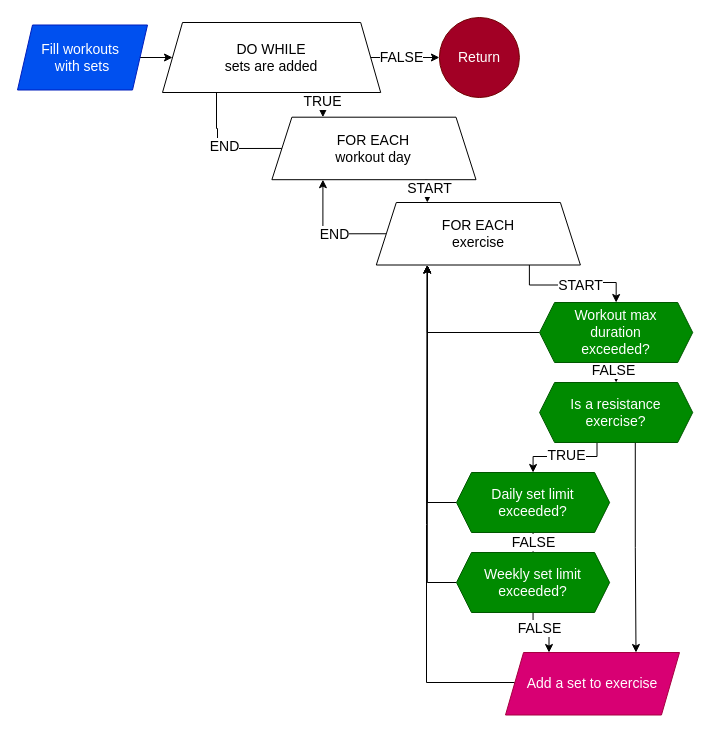
Before: page "Fill with sets" (7 of 7) of Main/workouts.drawio in Katrine123/P1-project, a draw.io diagram. Source tidied: cells renumbered, new cells numbered last; positions are measured from the earlier drawing's top-left corner, leaving out a move shared by most shapes. Both pictures are drawn from the tidied source at 100%, with x=0, y=0 at pixel (17, 17).
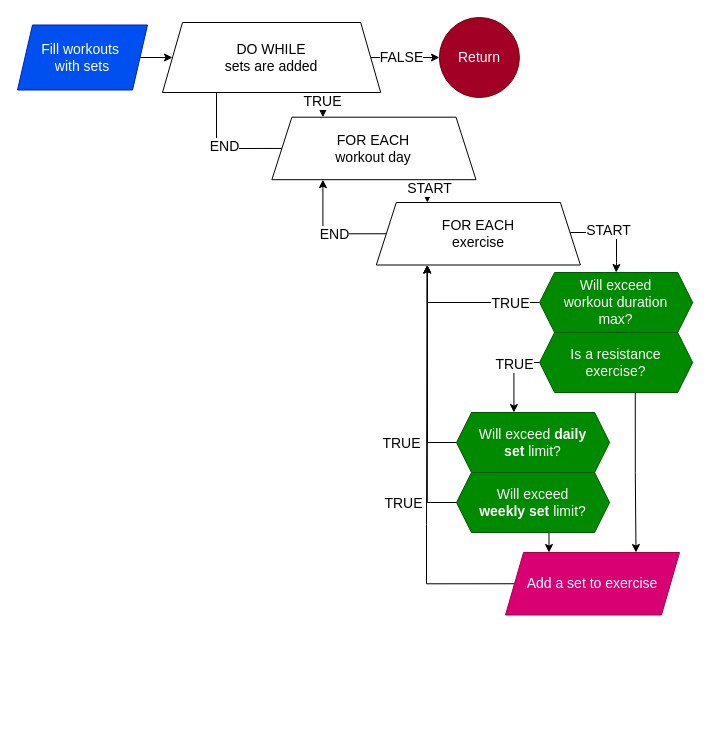
The same page after the edit.

The change refers to these unchanged cells:
```xml
<mxCell id="8" value="FOR EACH&lt;div&gt;workout day&lt;/div&gt;" style="whiteSpace=wrap;html=1;fontFamily=lexend light;fontSize=14;spacingBottom=0;spacingLeft=15;spacingRight=15;shape=trapezoid;perimeter=trapezoidPerimeter;fixedSize=1;" parent="1" vertex="1">
  <mxGeometry x="254.4" y="99.7" width="204.1" height="62.5" as="geometry" />
</mxCell>
<mxCell id="13" value="FOR EACH&lt;div&gt;exercise&lt;/div&gt;" style="whiteSpace=wrap;html=1;fontFamily=lexend light;fontSize=14;spacingBottom=0;spacingLeft=15;spacingRight=15;shape=trapezoid;perimeter=trapezoidPerimeter;fixedSize=1;" parent="1" vertex="1">
  <mxGeometry x="358.8" y="185" width="204.1" height="62.5" as="geometry" />
</mxCell>
<mxCell id="16" style="edgeStyle=orthogonalEdgeStyle;rounded=0;jettySize=auto;html=1;exitX=0;exitY=0.5;exitDx=0;exitDy=0;entryX=0.25;entryY=1;entryDx=0;entryDy=0;fontFamily=lexend light;fontSize=14;fontColor=default;" parent="1" edge="1" source="17" target="13">
  <mxGeometry relative="1" as="geometry" />
</mxCell>
<mxCell id="18" style="edgeStyle=orthogonalEdgeStyle;rounded=0;jettySize=auto;html=1;exitX=0;exitY=0.5;exitDx=0;exitDy=0;entryX=0.25;entryY=1;entryDx=0;entryDy=0;fontFamily=lexend light;fontSize=14;fontColor=default;" parent="1" edge="1" source="21" target="13">
  <mxGeometry relative="1" as="geometry" />
</mxCell>
<mxCell id="19" style="edgeStyle=orthogonalEdgeStyle;rounded=0;jettySize=auto;html=1;exitX=0.5;exitY=1;exitDx=0;exitDy=0;entryX=0.25;entryY=0;entryDx=0;entryDy=0;fontFamily=lexend light;fontSize=14;fontColor=default;" parent="1" edge="1" source="21" target="37">
  <mxGeometry relative="1" as="geometry" />
</mxCell>
<mxCell id="28" value="DO WHILE&lt;div&gt;sets are added&lt;/div&gt;" style="whiteSpace=wrap;html=1;fontFamily=lexend light;fontSize=14;spacingBottom=0;spacingLeft=15;spacingRight=15;shape=trapezoid;perimeter=trapezoidPerimeter;fixedSize=1;" parent="1" vertex="1">
  <mxGeometry x="145" y="5" width="218.2" height="70" as="geometry" />
</mxCell>
<mxCell id="35" style="edgeStyle=orthogonalEdgeStyle;rounded=0;jettySize=auto;html=1;exitX=0;exitY=0.5;exitDx=0;exitDy=0;entryX=0.25;entryY=1;entryDx=0;entryDy=0;fontFamily=lexend light;fontSize=14;fontColor=default;" parent="1" edge="1" source="36" target="13">
  <mxGeometry relative="1" as="geometry" />
</mxCell>
```

The edit, as a diff of the source:
```diff
@@
     <mxCell id="6" style="edgeStyle=orthogonalEdgeStyle;rounded=0;jettySize=auto;html=1;exitX=0;exitY=0.5;exitDx=0;exitDy=0;entryX=0.25;entryY=1;entryDx=0;entryDy=0;fontFamily=lexend light;fontSize=14;fontColor=default;" parent="1" edge="1" source="8" target="28">
       <mxGeometry relative="1" as="geometry">
         <Array as="points">
-          <mxPoint x="200" y="131" />
-          <mxPoint x="200" y="111" />
-          <mxPoint x="199" y="111" />
+          <mxPoint x="199" y="131" />
           <mxPoint x="199" y="40" />
           <mxPoint x="200" y="40" />
         </Array>
       </mxGeometry>
     </mxCell>
@@
+    <mxCell id="11" style="edgeStyle=orthogonalEdgeStyle;rounded=0;jettySize=auto;html=1;exitX=0;exitY=0.5;exitDx=0;exitDy=0;fontFamily=lexend light;fontSize=14;fontColor=default;entryX=0.25;entryY=1;entryDx=0;entryDy=0;" parent="1" edge="1" source="13" target="8">
+      <mxGeometry relative="1" as="geometry">
+        <Array as="points">
+          <mxPoint x="310" y="216" />
+          <mxPoint x="305" y="216" />
+          <mxPoint x="305" y="162" />
+        </Array>
+      </mxGeometry>
+    </mxCell>
+    <mxCell id="12" value="END" style="edgeLabel;html=1;align=center;verticalAlign=middle;strokeColor=default;spacingLeft=15;spacingRight=15;spacingBottom=0;fontFamily=lexend light;fontSize=14;fontColor=default;fillColor=default;" parent="11" vertex="1">
+      <mxGeometry x="-0.31" relative="1" as="geometry">
+        <mxPoint x="-12" as="offset" />
+      </mxGeometry>
+    </mxCell>
-    <mxCell id="9" style="edgeStyle=orthogonalEdgeStyle;rounded=0;jettySize=auto;html=1;exitX=0.75;exitY=1;exitDx=0;exitDy=0;fontFamily=lexend light;fontSize=14;fontColor=default;entryX=0.5;entryY=0;entryDx=0;entryDy=0;" parent="1" edge="1" source="13" target="36">
-      <mxGeometry relative="1" as="geometry" />
+    <mxCell id="9" style="edgeStyle=orthogonalEdgeStyle;rounded=0;jettySize=auto;html=1;exitX=1;exitY=0.5;exitDx=0;exitDy=0;entryX=0.5;entryY=0;entryDx=0;entryDy=0;" parent="1" edge="1" source="13" target="36">
+      <mxGeometry relative="1" as="geometry">
+        <Array as="points">
+          <mxPoint x="553" y="215" />
+          <mxPoint x="599" y="215" />
+          <mxPoint x="599" y="245" />
+        </Array>
+      </mxGeometry>
     </mxCell>
     <mxCell id="10" value="START" style="edgeLabel;html=1;align=center;verticalAlign=middle;strokeColor=default;spacingLeft=15;spacingRight=15;spacingBottom=0;fontFamily=lexend light;fontSize=14;fontColor=default;fillColor=default;" parent="9" vertex="1">
-      <mxGeometry x="-0.03" y="-3" relative="1" as="geometry">
-        <mxPoint x="8" y="-3" as="offset" />
+      <mxGeometry x="-0.34" y="2" relative="1" as="geometry">
+        <mxPoint x="10" y="-1" as="offset" />
       </mxGeometry>
     </mxCell>
-    <mxCell id="11" style="edgeStyle=orthogonalEdgeStyle;rounded=0;jettySize=auto;html=1;exitX=0;exitY=0.5;exitDx=0;exitDy=0;fontFamily=lexend light;fontSize=14;fontColor=default;entryX=0.25;entryY=1;entryDx=0;entryDy=0;" parent="1" edge="1" source="13" target="8">
-      <mxGeometry relative="1" as="geometry">
-        <Array as="points">
-          <mxPoint x="310" y="216" />
-          <mxPoint x="305" y="216" />
-          <mxPoint x="305" y="162" />
-        </Array>
-      </mxGeometry>
-    </mxCell>
-    <mxCell id="12" value="END" style="edgeLabel;html=1;align=center;verticalAlign=middle;strokeColor=default;spacingLeft=15;spacingRight=15;spacingBottom=0;fontFamily=lexend light;fontSize=14;fontColor=default;fillColor=default;" parent="11" vertex="1">
-      <mxGeometry x="-0.31" relative="1" as="geometry">
-        <mxPoint x="-12" as="offset" />
-      </mxGeometry>
-    </mxCell>
@@
-    <mxCell id="14" style="edgeStyle=orthogonalEdgeStyle;rounded=0;jettySize=auto;html=1;exitX=0.5;exitY=1;exitDx=0;exitDy=0;entryX=0.5;entryY=0;entryDx=0;entryDy=0;fontFamily=lexend light;fontSize=14;fontColor=default;" parent="1" edge="1" source="17" target="21">
-      <mxGeometry relative="1" as="geometry" />
-    </mxCell>
-    <mxCell id="15" value="FALSE" style="edgeLabel;html=1;align=center;verticalAlign=middle;strokeColor=default;spacingLeft=15;spacingRight=15;spacingBottom=0;fontFamily=lexend light;fontSize=14;fontColor=default;fillColor=default;" parent="14" vertex="1">
-      <mxGeometry x="-0.14" relative="1" as="geometry" />
-    </mxCell>
@@
+    <mxCell id="38" value="TRUE" style="edgeLabel;html=1;align=center;verticalAlign=middle;strokeColor=default;spacingLeft=15;spacingRight=15;spacingBottom=0;fontFamily=lexend light;fontSize=14;fontColor=default;fillColor=default;" parent="16" vertex="1">
+      <mxGeometry x="-0.82" y="-2" relative="1" as="geometry">
+        <mxPoint x="-37" y="2" as="offset" />
+      </mxGeometry>
+    </mxCell>
-    <mxCell id="17" value="Daily set limit exceeded?" style="shape=hexagon;perimeter=hexagonPerimeter2;whiteSpace=wrap;html=1;fixedSize=1;size=15;fillColor=#008a00;fontColor=#ffffff;strokeColor=#005700;fontFamily=lexend light;fontSize=14;spacingBottom=0;spacingLeft=15;spacingRight=15;" parent="1" vertex="1">
-      <mxGeometry x="439" y="455" width="153.1" height="60" as="geometry" />
+    <mxCell id="17" value="Will exceed &lt;b&gt;daily set&lt;/b&gt; limit?" style="shape=hexagon;perimeter=hexagonPerimeter2;whiteSpace=wrap;html=1;fixedSize=1;size=15;fillColor=#008a00;fontColor=#ffffff;strokeColor=#005700;fontFamily=lexend light;fontSize=14;spacingBottom=0;spacingLeft=15;spacingRight=15;" parent="1" vertex="1">
+      <mxGeometry x="439" y="395" width="153.1" height="60" as="geometry" />
     </mxCell>
@@
+    <mxCell id="39" value="TRUE" style="edgeLabel;html=1;align=center;verticalAlign=middle;strokeColor=default;spacingLeft=15;spacingRight=15;spacingBottom=0;fontFamily=lexend light;fontSize=14;fontColor=default;fillColor=default;" parent="18" vertex="1">
+      <mxGeometry x="-0.86" y="-3" relative="1" as="geometry">
+        <mxPoint x="-35" y="3" as="offset" />
+      </mxGeometry>
+    </mxCell>
@@
-    <mxCell id="20" value="FALSE" style="edgeLabel;html=1;align=center;verticalAlign=middle;strokeColor=default;spacingLeft=15;spacingRight=15;spacingBottom=0;fontFamily=lexend light;fontSize=14;fontColor=default;fillColor=default;" parent="19" vertex="1">
-      <mxGeometry x="-0.74" y="-1" relative="1" as="geometry">
-        <mxPoint x="7" y="8" as="offset" />
-      </mxGeometry>
-    </mxCell>
-    <mxCell id="21" value="Weekly set limit exceeded?" style="shape=hexagon;perimeter=hexagonPerimeter2;whiteSpace=wrap;html=1;fixedSize=1;size=15;fillColor=#008a00;fontColor=#ffffff;strokeColor=#005700;fontFamily=lexend light;fontSize=14;spacingBottom=0;spacingLeft=15;spacingRight=15;" parent="1" vertex="1">
-      <mxGeometry x="439" y="535" width="153.1" height="60" as="geometry" />
+    <mxCell id="21" value="Will exceed &lt;b&gt;weekly set&lt;/b&gt; limit?" style="shape=hexagon;perimeter=hexagonPerimeter2;whiteSpace=wrap;html=1;fixedSize=1;size=15;fillColor=#008a00;fontColor=#ffffff;strokeColor=#005700;fontFamily=lexend light;fontSize=14;spacingBottom=0;spacingLeft=15;spacingRight=15;" parent="1" vertex="1">
+      <mxGeometry x="439" y="455" width="153.1" height="60" as="geometry" />
     </mxCell>
     <mxCell id="22" style="edgeStyle=orthogonalEdgeStyle;rounded=0;jettySize=auto;html=1;exitX=0;exitY=0.5;exitDx=0;exitDy=0;entryX=0.25;entryY=1;entryDx=0;entryDy=0;fontFamily=lexend light;fontSize=14;fontColor=default;" parent="1" edge="1" source="37" target="13">
       <mxGeometry relative="1" as="geometry">
         <Array as="points">
-          <mxPoint x="497" y="665" />
-          <mxPoint x="409" y="665" />
+          <mxPoint x="409" y="566" />
           <mxPoint x="409" y="507" />
           <mxPoint x="410" y="507" />
         </Array>
       </mxGeometry>
     </mxCell>
@@
+    <mxCell id="31" style="edgeStyle=orthogonalEdgeStyle;rounded=0;jettySize=auto;html=1;exitX=0.625;exitY=1;exitDx=0;exitDy=0;entryX=0.75;entryY=0;entryDx=0;entryDy=0;fontFamily=lexend light;fontSize=14;fontColor=default;" parent="1" edge="1" source="32" target="37">
+      <mxGeometry relative="1" as="geometry" />
+    </mxCell>
-    <mxCell id="29" style="edgeStyle=orthogonalEdgeStyle;rounded=0;jettySize=auto;html=1;exitX=0.375;exitY=1;exitDx=0;exitDy=0;entryX=0.5;entryY=0;entryDx=0;entryDy=0;fontFamily=lexend light;fontSize=14;fontColor=default;" parent="1" edge="1" source="32" target="17">
-      <mxGeometry relative="1" as="geometry">
-        <Array as="points">
-          <mxPoint x="580" y="439" />
-          <mxPoint x="516" y="439" />
-        </Array>
-      </mxGeometry>
+    <mxCell id="29" style="edgeStyle=orthogonalEdgeStyle;rounded=0;jettySize=auto;html=1;exitX=0;exitY=0.5;exitDx=0;exitDy=0;entryX=0.375;entryY=0;entryDx=0;entryDy=0;" parent="1" edge="1" source="32" target="17">
+      <mxGeometry relative="1" as="geometry" />
     </mxCell>
-    <mxCell id="30" value="TRUE" style="edgeLabel;html=1;align=center;verticalAlign=middle;strokeColor=default;spacingLeft=15;spacingRight=15;spacingBottom=0;fontFamily=lexend light;fontSize=14;fontColor=default;fillColor=default;" parent="29" vertex="1">
-      <mxGeometry x="-0.75" y="-3" relative="1" as="geometry">
-        <mxPoint x="-28" y="1" as="offset" />
-      </mxGeometry>
-    </mxCell>
-    <mxCell id="31" style="edgeStyle=orthogonalEdgeStyle;rounded=0;jettySize=auto;html=1;exitX=0.625;exitY=1;exitDx=0;exitDy=0;entryX=0.75;entryY=0;entryDx=0;entryDy=0;fontFamily=lexend light;fontSize=14;fontColor=default;" parent="1" edge="1" source="32" target="37">
-      <mxGeometry relative="1" as="geometry" />
-    </mxCell>
+    <mxCell id="40" value="TRUE" style="edgeLabel;html=1;align=center;verticalAlign=middle;strokeColor=default;spacingLeft=15;spacingRight=15;spacingBottom=0;fontFamily=lexend light;fontSize=14;fontColor=default;fillColor=default;" parent="29" vertex="1">
+      <mxGeometry x="-0.29" relative="1" as="geometry" />
+    </mxCell>
     <mxCell id="32" value="Is a resistance exercise?" style="shape=hexagon;perimeter=hexagonPerimeter2;whiteSpace=wrap;html=1;fixedSize=1;size=15;fillColor=#008a00;fontColor=#ffffff;strokeColor=#005700;fontFamily=lexend light;fontSize=14;spacingBottom=0;spacingLeft=15;spacingRight=15;" parent="1" vertex="1">
-      <mxGeometry x="522.1" y="365" width="153.1" height="60" as="geometry" />
+      <mxGeometry x="522.1" y="315" width="153.1" height="60" as="geometry" />
     </mxCell>
-    <mxCell id="33" style="edgeStyle=orthogonalEdgeStyle;rounded=0;jettySize=auto;html=1;exitX=0.5;exitY=1;exitDx=0;exitDy=0;entryX=0.5;entryY=0;entryDx=0;entryDy=0;fontFamily=lexend light;fontSize=14;fontColor=default;" parent="1" edge="1" source="36" target="32">
-      <mxGeometry relative="1" as="geometry" />
-    </mxCell>
-    <mxCell id="34" value="FALSE" style="edgeLabel;html=1;align=center;verticalAlign=middle;strokeColor=default;spacingLeft=15;spacingRight=15;spacingBottom=0;fontFamily=lexend light;fontSize=14;fontColor=default;fillColor=default;" parent="33" vertex="1">
-      <mxGeometry x="-0.26" y="-3" relative="1" as="geometry" />
-    </mxCell>
@@
+    <mxCell id="41" value="TRUE" style="edgeLabel;html=1;align=center;verticalAlign=middle;strokeColor=default;spacingLeft=15;spacingRight=15;spacingBottom=0;fontFamily=lexend light;fontSize=14;fontColor=default;fillColor=default;" parent="35" vertex="1">
+      <mxGeometry x="-0.25" relative="1" as="geometry">
+        <mxPoint x="26" as="offset" />
+      </mxGeometry>
+    </mxCell>
-    <mxCell id="36" value="Workout max duration exceeded?" style="shape=hexagon;perimeter=hexagonPerimeter2;whiteSpace=wrap;html=1;fixedSize=1;size=15;fillColor=#008a00;fontColor=#ffffff;strokeColor=#005700;fontFamily=lexend light;fontSize=14;spacingBottom=0;spacingLeft=15;spacingRight=15;" parent="1" vertex="1">
-      <mxGeometry x="522.1" y="285" width="153.1" height="60" as="geometry" />
+    <mxCell id="36" value="Will exceed workout duration max?" style="shape=hexagon;perimeter=hexagonPerimeter2;whiteSpace=wrap;html=1;fixedSize=1;size=15;fillColor=#008a00;fontColor=#ffffff;strokeColor=#005700;fontFamily=lexend light;fontSize=14;spacingBottom=0;spacingLeft=15;spacingRight=15;" parent="1" vertex="1">
+      <mxGeometry x="522.1" y="255" width="153.1" height="60" as="geometry" />
     </mxCell>
     <mxCell id="37" value="Add a set to exercise" style="whiteSpace=wrap;html=1;fontFamily=lexend light;fontSize=14;spacingBottom=0;spacingLeft=15;spacingRight=15;fillColor=#d80073;fontColor=#ffffff;strokeColor=#A50040;shape=parallelogram;fixedSize=1;size=18.050000000000182;perimeter=parallelogramPerimeter;" parent="1" vertex="1">
-      <mxGeometry x="488" y="635" width="174" height="62.5" as="geometry" />
+      <mxGeometry x="488" y="535" width="174" height="62.5" as="geometry" />
     </mxCell>
```
